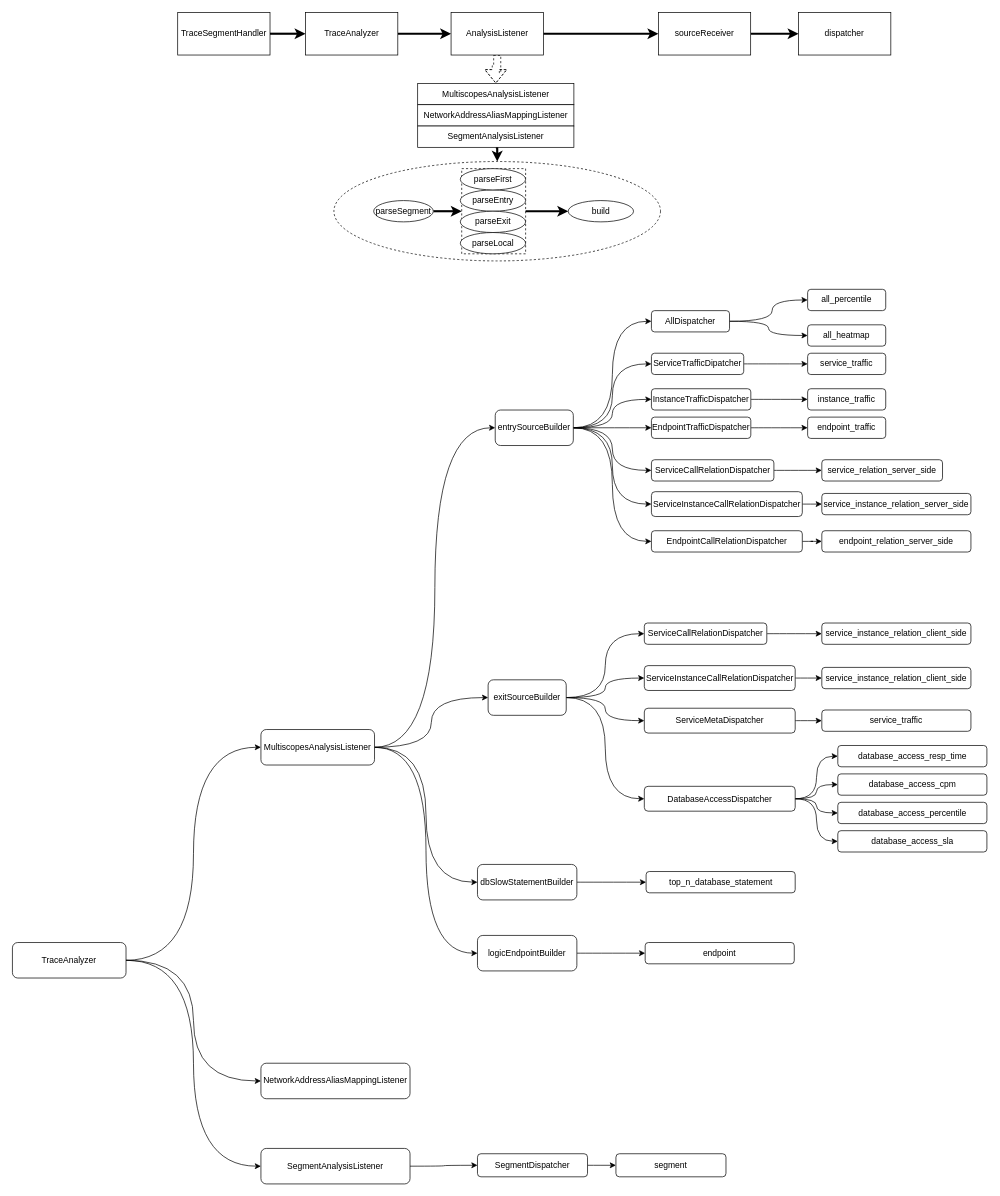
The draw.io diagram Untitled Diagram.drawio in zhufuyin/draw, before the edit. Source tidied: cells renumbered, new cells numbered last; positions are measured from the earlier drawing's top-left corner, leaving out a move shared by most shapes. Both pictures are drawn from the tidied source at 71%, with x=0, y=0 at pixel (12, 12).
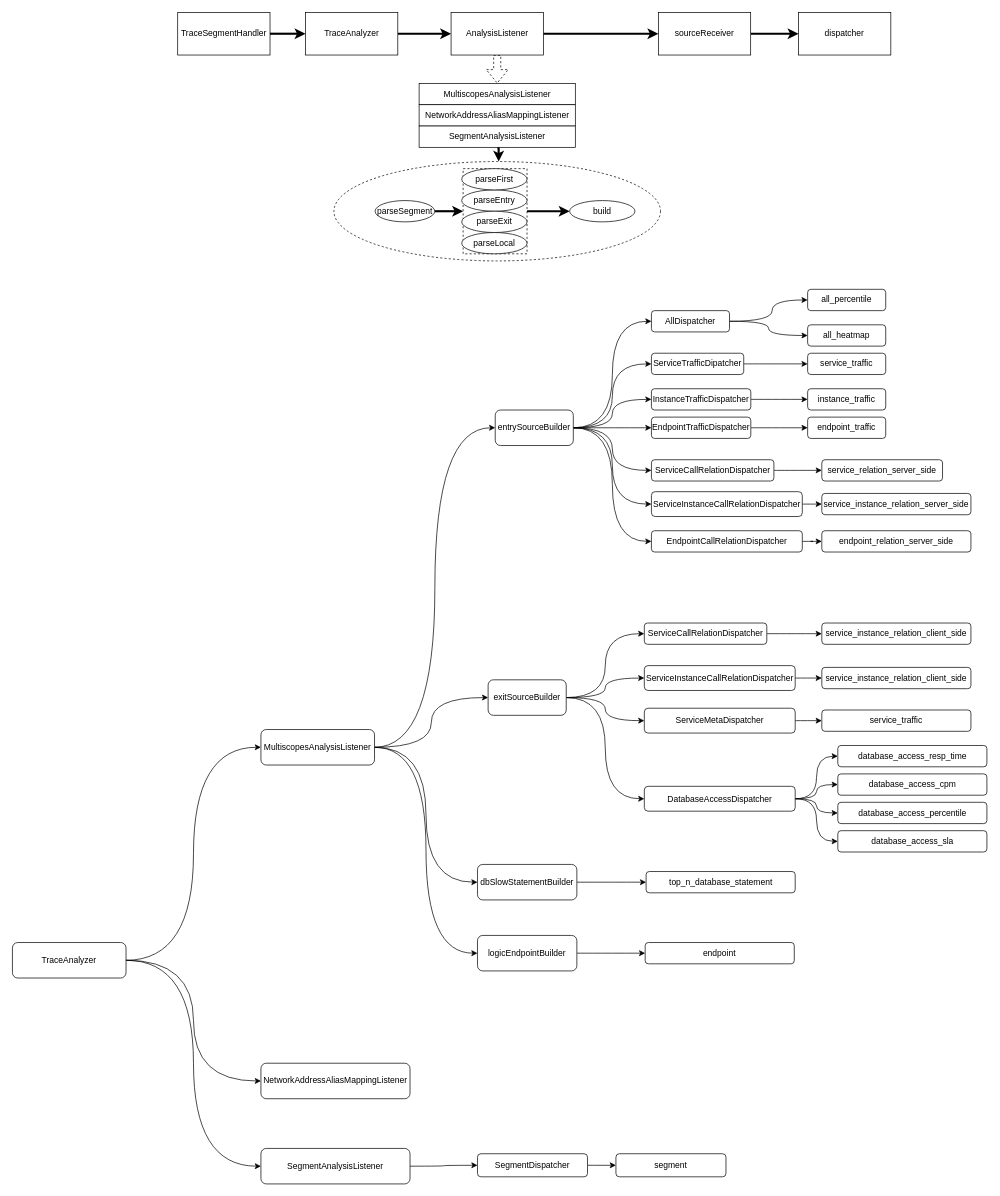
After the change.

Unchanged cells that the change refers to:
```xml
<mxCell id="100" style="ellipse;whiteSpace=wrap;html=1;dashed=1;fillColor=none;" parent="1" vertex="1">
  <mxGeometry x="452.8" y="210" width="460" height="140" as="geometry" />
</mxCell>
```

Change to the diagram source:
```diff
@@
     <mxCell id="3" style="rounded=0;whiteSpace=wrap;html=1;fillColor=none;dashed=1;" parent="1" vertex="1">
-      <mxGeometry x="632.8" y="220" width="90" height="120" as="geometry" />
+      <mxGeometry x="634.8" y="220" width="90" height="120" as="geometry" />
     </mxCell>
@@
     <mxCell id="86" value="MultiscopesAnalysisListener" style="rounded=0;whiteSpace=wrap;html=1;" parent="1" vertex="1">
-      <mxGeometry x="570.8" y="100" width="220" height="30" as="geometry" />
+      <mxGeometry x="572.8" y="100" width="220" height="30" as="geometry" />
     </mxCell>
     <mxCell id="87" value="NetworkAddressAliasMappingListener" style="rounded=0;whiteSpace=wrap;html=1;" parent="1" vertex="1">
-      <mxGeometry x="570.8" y="130" width="220" height="30" as="geometry" />
+      <mxGeometry x="572.8" y="130" width="220" height="30" as="geometry" />
     </mxCell>
-    <mxCell id="88" style="edgeStyle=orthogonalEdgeStyle;rounded=0;jettySize=auto;html=1;exitX=0.5;exitY=1;exitDx=0;exitDy=0;strokeWidth=3;entryX=0.5;entryY=0;entryDx=0;entryDy=0;" parent="1" edge="1" source="89" target="100">
-      <mxGeometry relative="1" as="geometry" />
+    <mxCell id="88" style="edgeStyle=orthogonalEdgeStyle;rounded=0;jettySize=auto;html=1;exitX=0.5;exitY=1;exitDx=0;exitDy=0;strokeWidth=3;entryX=0.5;entryY=0;entryDx=0;entryDy=0;" parent="1" edge="1" source="89">
+      <mxGeometry relative="1" as="geometry">
+        <mxPoint x="684.8" y="210" as="targetPoint" />
+      </mxGeometry>
     </mxCell>
     <mxCell id="89" value="SegmentAnalysisListener" style="rounded=0;whiteSpace=wrap;html=1;" parent="1" vertex="1">
-      <mxGeometry x="570.8" y="160" width="220" height="30" as="geometry" />
+      <mxGeometry x="572.8" y="160" width="220" height="30" as="geometry" />
     </mxCell>
     <mxCell id="90" value="parseEntry" style="ellipse;whiteSpace=wrap;html=1;" parent="1" vertex="1">
-      <mxGeometry x="630.8" y="250" width="92" height="30" as="geometry" />
+      <mxGeometry x="632.8" y="250" width="92" height="30" as="geometry" />
     </mxCell>
     <mxCell id="91" value="parseFirst" style="ellipse;whiteSpace=wrap;html=1;" parent="1" vertex="1">
-      <mxGeometry x="630.8" y="220" width="92" height="30" as="geometry" />
+      <mxGeometry x="632.8" y="220" width="92" height="30" as="geometry" />
     </mxCell>
     <mxCell id="92" value="parseExit" style="ellipse;whiteSpace=wrap;html=1;" parent="1" vertex="1">
-      <mxGeometry x="630.8" y="280" width="92" height="30" as="geometry" />
+      <mxGeometry x="632.8" y="280" width="92" height="30" as="geometry" />
     </mxCell>
@@
     <mxCell id="94" value="parseSegment" style="ellipse;whiteSpace=wrap;html=1;" parent="1" vertex="1">
-      <mxGeometry x="508.8" y="265" width="84" height="30" as="geometry" />
+      <mxGeometry x="510.8" y="265" width="84" height="30" as="geometry" />
     </mxCell>
     <mxCell id="95" value="parseLocal" style="ellipse;whiteSpace=wrap;html=1;" parent="1" vertex="1">
-      <mxGeometry x="630.8" y="310" width="92" height="30" as="geometry" />
+      <mxGeometry x="632.8" y="310" width="92" height="30" as="geometry" />
     </mxCell>
     <mxCell id="96" value="build" style="ellipse;whiteSpace=wrap;html=1;" parent="1" vertex="1">
-      <mxGeometry x="782.8" y="265" width="92" height="30" as="geometry" />
+      <mxGeometry x="784.8" y="265" width="92" height="30" as="geometry" />
     </mxCell>
```
